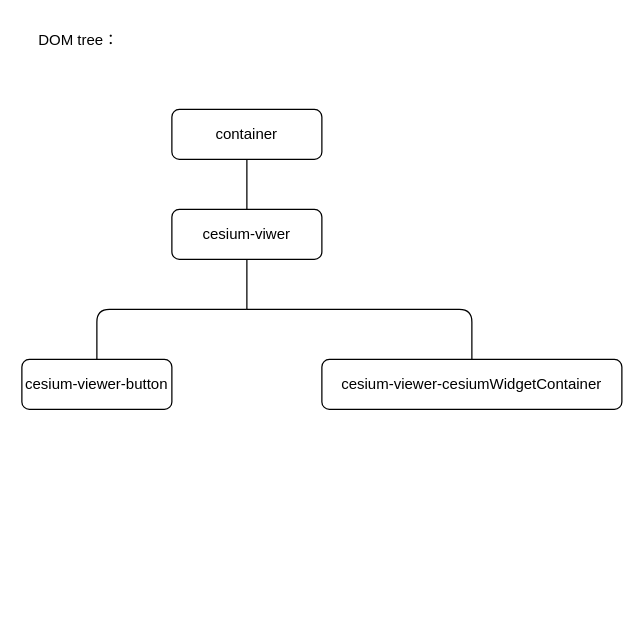
This is page "Viewer" (2 of 2) of cesium.drawio from bigbigbig2/mind-map, a draw.io file, before an edit. Source tidied: cells renumbered, new cells numbered last; positions are measured from the earlier drawing's top-left corner, leaving out a move shared by most shapes. Both pictures are drawn from the tidied source at 125%, with x=0, y=0 at pixel (21, 21).
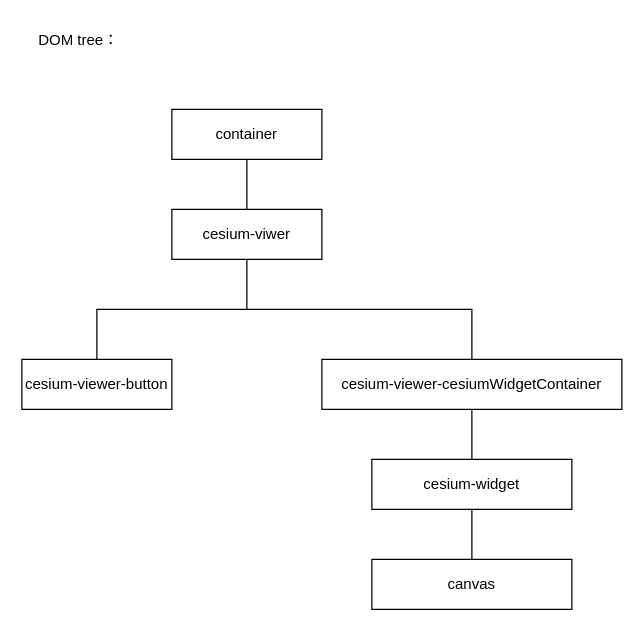
Above is the later version.

Change to the diagram source:
```diff
@@
-    <mxCell id="2" style="edgeStyle=elbowEdgeStyle;rounded=1;jettySize=auto;html=1;startArrow=none;endArrow=none;strokeColor=default;exitX=0.5;exitY=1;exitDx=0;exitDy=0;entryX=0.5;entryY=0;entryDx=0;entryDy=0;" parent="1" edge="1" source="5" target="7">
+    <mxCell id="2" style="edgeStyle=elbowEdgeStyle;rounded=0;jettySize=auto;html=1;startArrow=none;endArrow=none;strokeColor=default;exitX=0.5;exitY=1;exitDx=0;exitDy=0;entryX=0.5;entryY=0;entryDx=0;entryDy=0;" parent="1" edge="1" source="5" target="7">
       <mxGeometry relative="1" as="geometry">
         <Array as="points">
           <mxPoint x="180" y="150" />
           <mxPoint x="20" y="160" />
           <mxPoint x="150" y="120" />
           <mxPoint x="150" y="120" />
           <mxPoint x="30" y="130" />
         </Array>
       </mxGeometry>
     </mxCell>
-    <mxCell id="3" style="edgeStyle=elbowEdgeStyle;rounded=1;jettySize=auto;html=1;startArrow=none;endArrow=none;strokeColor=default;entryX=0.5;entryY=0;entryDx=0;entryDy=0;" parent="1" edge="1" target="9">
+    <mxCell id="3" style="edgeStyle=elbowEdgeStyle;rounded=0;jettySize=auto;html=1;startArrow=none;endArrow=none;strokeColor=default;entryX=0.5;entryY=0;entryDx=0;entryDy=0;" parent="1" edge="1" target="9">
       <mxGeometry relative="1" as="geometry">
         <mxPoint x="180" y="230" as="sourcePoint" />
         <Array as="points">
           <mxPoint x="360" y="250" />
           <mxPoint x="340" y="150" />
           <mxPoint x="320" y="120" />
         </Array>
       </mxGeometry>
     </mxCell>
-    <mxCell id="4" style="edgeStyle=elbowEdgeStyle;jettySize=auto;html=1;startArrow=none;endArrow=none;strokeColor=default;rounded=1;" parent="1" edge="1" target="10">
+    <mxCell id="4" style="edgeStyle=elbowEdgeStyle;jettySize=auto;html=1;startArrow=none;endArrow=none;strokeColor=default;rounded=0;" parent="1" edge="1" target="10">
       <mxGeometry relative="1" as="geometry">
         <mxPoint x="180" y="230" as="sourcePoint" />
         <Array as="points">
           <mxPoint x="60" y="260" />
           <mxPoint x="30" y="250" />
           <mxPoint x="180" y="240" />
         </Array>
       </mxGeometry>
     </mxCell>
-    <mxCell id="5" value="container" style="whiteSpace=wrap;html=1;align=center;newEdgeStyle={&quot;edgeStyle&quot;:&quot;elbowEdgeStyle&quot;,&quot;startArrow&quot;:&quot;none&quot;,&quot;endArrow&quot;:&quot;none&quot;};rounded=1;" parent="1" vertex="1">
+    <mxCell id="5" value="container" style="whiteSpace=wrap;html=1;align=center;newEdgeStyle={&quot;edgeStyle&quot;:&quot;elbowEdgeStyle&quot;,&quot;startArrow&quot;:&quot;none&quot;,&quot;endArrow&quot;:&quot;none&quot;};rounded=0;" parent="1" vertex="1">
       <mxGeometry x="120" y="70" width="120" height="40" as="geometry" />
     </mxCell>
-    <mxCell id="6" style="edgeStyle=elbowEdgeStyle;rounded=1;jettySize=auto;html=1;startArrow=none;endArrow=none;strokeColor=default;" parent="1" edge="1" source="7">
+    <mxCell id="6" style="edgeStyle=elbowEdgeStyle;rounded=0;jettySize=auto;html=1;startArrow=none;endArrow=none;strokeColor=default;" parent="1" edge="1" source="7">
       <mxGeometry relative="1" as="geometry">
         <mxPoint x="180" y="230" as="targetPoint" />
       </mxGeometry>
     </mxCell>
-    <mxCell id="7" value="cesium-viwer" style="whiteSpace=wrap;html=1;align=center;newEdgeStyle={&quot;edgeStyle&quot;:&quot;elbowEdgeStyle&quot;,&quot;startArrow&quot;:&quot;none&quot;,&quot;endArrow&quot;:&quot;none&quot;};rounded=1;" parent="1" vertex="1">
+    <mxCell id="7" value="cesium-viwer" style="whiteSpace=wrap;html=1;align=center;newEdgeStyle={&quot;edgeStyle&quot;:&quot;elbowEdgeStyle&quot;,&quot;startArrow&quot;:&quot;none&quot;,&quot;endArrow&quot;:&quot;none&quot;};rounded=0;" parent="1" vertex="1">
       <mxGeometry x="120" y="150" width="120" height="40" as="geometry" />
     </mxCell>
-    <mxCell id="8" value="DOM tree：" style="text;html=1;align=center;verticalAlign=middle;strokeColor=none;fillColor=none;rounded=1;" parent="1" vertex="1">
+    <mxCell id="8" value="DOM tree：" style="text;html=1;align=center;verticalAlign=middle;strokeColor=none;fillColor=none;rounded=0;" parent="1" vertex="1">
       <mxGeometry width="90" height="30" as="geometry" />
     </mxCell>
+    <mxCell id="11" style="edgeStyle=elbowEdgeStyle;rounded=0;jettySize=auto;html=1;startArrow=none;endArrow=none;" parent="1" edge="1" source="9" target="13">
+      <mxGeometry relative="1" as="geometry" />
+    </mxCell>
-    <mxCell id="9" value="cesium-viewer-cesiumWidgetContainer" style="whiteSpace=wrap;html=1;align=center;newEdgeStyle={&quot;edgeStyle&quot;:&quot;elbowEdgeStyle&quot;,&quot;startArrow&quot;:&quot;none&quot;,&quot;endArrow&quot;:&quot;none&quot;};rounded=1;" parent="1" vertex="1">
+    <mxCell id="9" value="cesium-viewer-cesiumWidgetContainer" style="whiteSpace=wrap;html=1;align=center;newEdgeStyle={&quot;edgeStyle&quot;:&quot;elbowEdgeStyle&quot;,&quot;startArrow&quot;:&quot;none&quot;,&quot;endArrow&quot;:&quot;none&quot;};rounded=0;" parent="1" vertex="1">
       <mxGeometry x="240" y="270" width="240" height="40" as="geometry" />
     </mxCell>
-    <mxCell id="10" value="cesium-viewer-button" style="whiteSpace=wrap;html=1;align=center;newEdgeStyle={&quot;edgeStyle&quot;:&quot;elbowEdgeStyle&quot;,&quot;startArrow&quot;:&quot;none&quot;,&quot;endArrow&quot;:&quot;none&quot;};rounded=1;" parent="1" vertex="1">
+    <mxCell id="10" value="cesium-viewer-button" style="whiteSpace=wrap;html=1;align=center;newEdgeStyle={&quot;edgeStyle&quot;:&quot;elbowEdgeStyle&quot;,&quot;startArrow&quot;:&quot;none&quot;,&quot;endArrow&quot;:&quot;none&quot;};rounded=0;" parent="1" vertex="1">
       <mxGeometry y="270" width="120" height="40" as="geometry" />
     </mxCell>
+    <mxCell id="12" style="edgeStyle=elbowEdgeStyle;rounded=0;jettySize=auto;html=1;startArrow=none;endArrow=none;" parent="1" edge="1" source="13" target="14">
+      <mxGeometry relative="1" as="geometry" />
+    </mxCell>
+    <mxCell id="13" value="cesium-widget" style="whiteSpace=wrap;html=1;align=center;newEdgeStyle={&quot;edgeStyle&quot;:&quot;elbowEdgeStyle&quot;,&quot;startArrow&quot;:&quot;none&quot;,&quot;endArrow&quot;:&quot;none&quot;};rounded=0;" parent="1" vertex="1">
+      <mxGeometry x="280" y="350" width="160" height="40" as="geometry" />
+    </mxCell>
+    <mxCell id="14" value="canvas" style="whiteSpace=wrap;html=1;align=center;newEdgeStyle={&quot;edgeStyle&quot;:&quot;elbowEdgeStyle&quot;,&quot;startArrow&quot;:&quot;none&quot;,&quot;endArrow&quot;:&quot;none&quot;};rounded=0;" parent="1" vertex="1">
+      <mxGeometry x="280" y="430" width="160" height="40" as="geometry" />
+    </mxCell>
```
